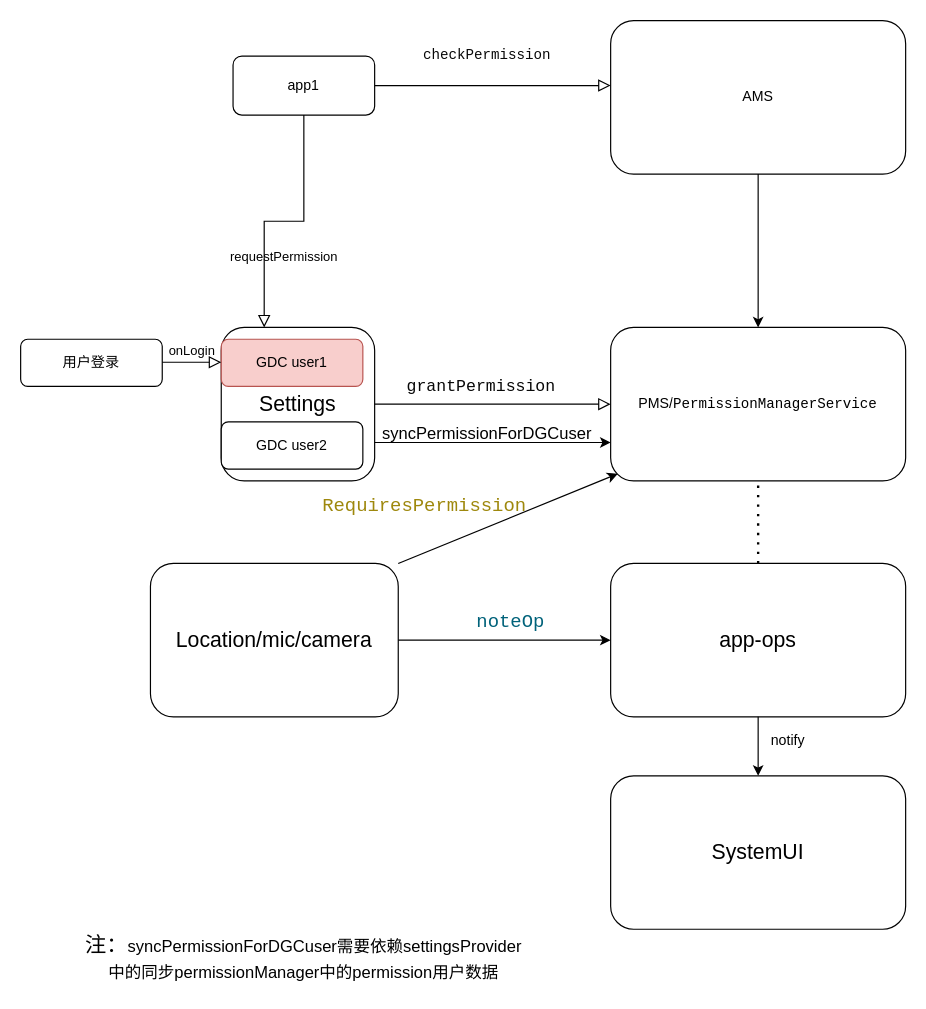
Earlier version of the draw.io diagram test1.drawio (zhu2006/person). Source tidied: cells renumbered, new cells numbered last; positions are measured from the earlier drawing's top-left corner, leaving out a move shared by most shapes. Both pictures are drawn from the tidied source at 118%, with x=0, y=0 at pixel (20, 20).
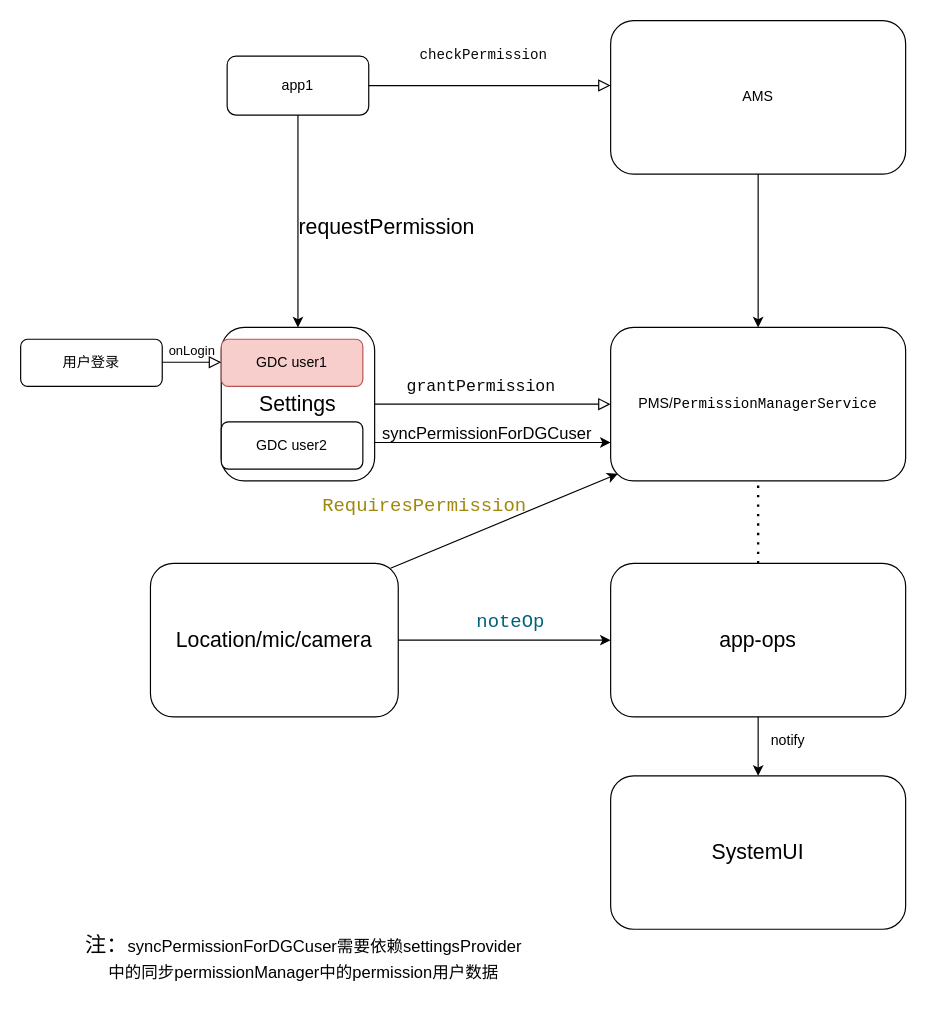
The same diagram, later.

The change refers to these unchanged cells:
```xml
<mxCell id="2" value="&lt;font style=&quot;font-size: 12px&quot;&gt;PMS/&lt;span style=&quot;background-color: rgb(255 , 255 , 255) ; font-family: &amp;#34;jetbrains mono&amp;#34; , monospace&quot;&gt;PermissionManagerService&lt;/span&gt;&lt;/font&gt;" style="rounded=1;whiteSpace=wrap;html=1;fontSize=12;glass=0;strokeWidth=1;shadow=0;" parent="1" vertex="1">
  <mxGeometry x="500" y="260" width="250" height="130" as="geometry" />
</mxCell>
<mxCell id="6" value="&lt;font style=&quot;font-size: 18px&quot;&gt;Settings&lt;/font&gt;" style="rounded=1;whiteSpace=wrap;html=1;fontSize=12;glass=0;strokeWidth=1;shadow=0;" parent="1" vertex="1">
  <mxGeometry x="170" y="260" width="130" height="130" as="geometry" />
</mxCell>
<mxCell id="21" value="&lt;font style=&quot;font-size: 18px&quot;&gt;Location/mic/camera&lt;/font&gt;" style="rounded=1;whiteSpace=wrap;html=1;fontSize=12;glass=0;strokeWidth=1;shadow=0;" parent="1" vertex="1">
  <mxGeometry x="110" y="460" width="210" height="130" as="geometry" />
</mxCell>
```

Diff of the diagram source:
```diff
@@
-    <mxCell id="3" value="requestPermission" style="edgeStyle=orthogonalEdgeStyle;rounded=0;html=1;jettySize=auto;fontSize=11;endArrow=block;endFill=0;endSize=8;strokeWidth=1;shadow=0;labelBackgroundColor=none;exitX=0.5;exitY=1;exitDx=0;exitDy=0;entryX=0.28;entryY=0;entryDx=0;entryDy=0;entryPerimeter=0;" parent="1" edge="1" source="4" target="6">
-      <mxGeometry y="30" relative="1" as="geometry" />
-    </mxCell>
     <mxCell id="4" value="app1" style="rounded=1;whiteSpace=wrap;html=1;fontSize=12;glass=0;strokeWidth=1;shadow=0;" parent="1" vertex="1">
-      <mxGeometry x="180" y="30" width="120" height="50" as="geometry" />
+      <mxGeometry x="175" y="30" width="120" height="50" as="geometry" />
     </mxCell>
@@
-    <mxCell id="25" style="endArrow=classic;html=1;rounded=0;fontSize=18;exitX=1;exitY=0;exitDx=0;exitDy=0;entryX=0.024;entryY=0.954;entryDx=0;entryDy=0;entryPerimeter=0;" parent="1" edge="1" source="21" target="2">
+    <mxCell id="25" style="endArrow=classic;html=1;rounded=0;fontSize=18;exitX=0.969;exitY=0.031;exitDx=0;exitDy=0;entryX=0.024;entryY=0.954;entryDx=0;entryDy=0;entryPerimeter=0;exitPerimeter=0;" parent="1" edge="1" source="21" target="2">
       <mxGeometry relative="1" as="geometry" />
     </mxCell>
@@
+    <mxCell id="27" style="endArrow=classic;html=1;rounded=0;fontSize=18;exitX=0.5;exitY=1;exitDx=0;exitDy=0;entryX=0.5;entryY=0;entryDx=0;entryDy=0;" parent="1" edge="1" source="4" target="6">
+      <mxGeometry relative="1" as="geometry" />
+    </mxCell>
+    <mxCell id="3" value="requestPermission" style="text;html=1;align=center;verticalAlign=middle;strokeColor=none;fillColor=none;fontSize=18;" parent="1" vertex="1">
+      <mxGeometry x="230" y="160" width="160" height="30" as="geometry" />
+    </mxCell>
```
